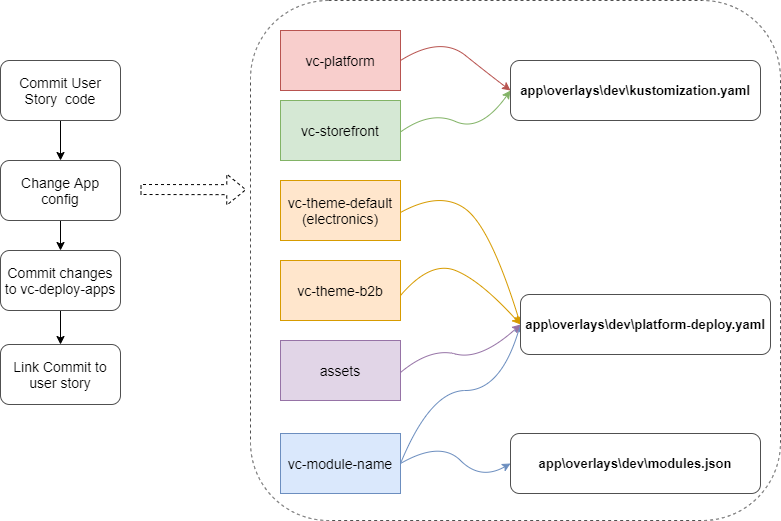
Earlier version of the draw.io export docs/media/ArgoCD flows-Dev flow detailed.png (VirtoCommerce/vc-deploy-apps). Source tidied: cells renumbered, new cells last; positions are measured from the earlier drawing's top-left corner, leaving out a move shared by most shapes.
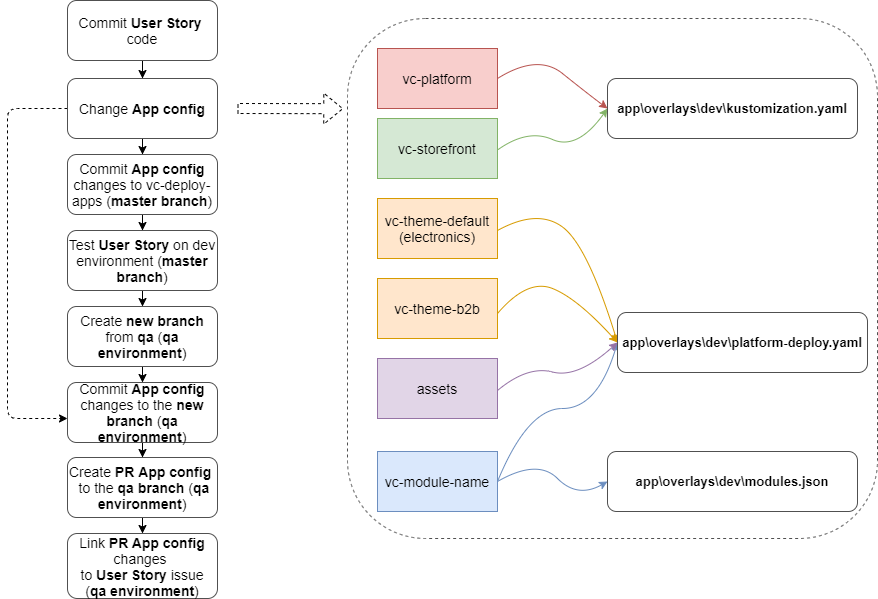
The same diagram one commit later.

Commit message:
VP-3756: Update detailed dev flow

Change to the diagram source:
```diff
@@ -5,14 +5,22 @@
     <mxCell id="2" style="edgeStyle=orthogonalEdgeStyle;rounded=0;jettySize=auto;html=1;entryX=0.5;entryY=0;entryDx=0;entryDy=0;fontSize=13;" parent="1" edge="1" source="3" target="5">
       <mxGeometry relative="1" as="geometry" />
     </mxCell>
-    <mxCell id="3" value="Commit User Story&amp;nbsp; code" style="rounded=1;whiteSpace=wrap;html=1;strokeColor=#505050;fillColor=#FFFFFF;fontSize=14;" parent="1" vertex="1">
-      <mxGeometry y="60" width="120" height="60" as="geometry" />
+    <mxCell id="3" value="Commit &lt;b&gt;User Story&lt;/b&gt;&amp;nbsp; code" style="rounded=1;whiteSpace=wrap;html=1;strokeColor=#505050;fillColor=#FFFFFF;fontSize=14;" parent="1" vertex="1">
+      <mxGeometry x="-30" y="-18" width="150" height="60" as="geometry" />
     </mxCell>
     <mxCell id="4" style="edgeStyle=orthogonalEdgeStyle;rounded=0;jettySize=auto;html=1;entryX=0.5;entryY=0;entryDx=0;entryDy=0;fontSize=13;" parent="1" edge="1" source="5" target="24">
       <mxGeometry relative="1" as="geometry" />
     </mxCell>
+    <mxCell id="27" style="edgeStyle=orthogonalEdgeStyle;rounded=1;jettySize=auto;html=1;dashed=1;" parent="1" edge="1" source="5" target="34">
+      <mxGeometry relative="1" as="geometry">
+        <Array as="points">
+          <mxPoint x="-90" y="90" />
+          <mxPoint x="-90" y="400" />
+        </Array>
+      </mxGeometry>
+    </mxCell>
-    <mxCell id="5" value="Change App config" style="rounded=1;whiteSpace=wrap;html=1;strokeColor=#505050;fillColor=#FFFFFF;fontSize=14;" parent="1" vertex="1">
-      <mxGeometry y="160" width="120" height="60" as="geometry" />
+    <mxCell id="5" value="Change &lt;b&gt;App config&lt;/b&gt;" style="rounded=1;whiteSpace=wrap;html=1;strokeColor=#505050;fillColor=#FFFFFF;fontSize=14;" parent="1" vertex="1">
+      <mxGeometry x="-30" y="60" width="150" height="60" as="geometry" />
     </mxCell>
     <mxCell id="6" style="rounded=1;whiteSpace=wrap;html=1;strokeColor=#505050;fillColor=#FFFFFF;fontSize=14;dashed=1;" parent="1" vertex="1">
       <mxGeometry x="250" width="530" height="520" as="geometry" />
@@ -104,20 +112,44 @@
     <mxCell id="22" value="&lt;h1 style=&quot;text-align: left ; font-size: 13px&quot;&gt;app\overlays\dev\modules.json&lt;/h1&gt;" style="rounded=1;whiteSpace=wrap;html=1;strokeColor=#505050;fillColor=#FFFFFF;fontSize=13;" parent="1" vertex="1">
       <mxGeometry x="510" y="433" width="250" height="60" as="geometry" />
     </mxCell>
-    <mxCell id="23" style="edgeStyle=orthogonalEdgeStyle;rounded=0;jettySize=auto;html=1;entryX=0.5;entryY=0;entryDx=0;entryDy=0;fontSize=13;" parent="1" edge="1" source="24" target="25">
-      <mxGeometry relative="1" as="geometry" />
-    </mxCell>
+    <mxCell id="28" style="edgeStyle=orthogonalEdgeStyle;rounded=0;jettySize=auto;html=1;" parent="1" edge="1" source="24" target="30">
+      <mxGeometry relative="1" as="geometry" />
+    </mxCell>
-    <mxCell id="24" value="Commit changes to&amp;nbsp;vc-deploy-apps" style="rounded=1;whiteSpace=wrap;html=1;strokeColor=#505050;fillColor=#FFFFFF;fontSize=14;" parent="1" vertex="1">
-      <mxGeometry y="250" width="120" height="60" as="geometry" />
+    <mxCell id="24" value="Commit &lt;b&gt;App config&lt;/b&gt; changes to&amp;nbsp;vc-deploy-apps (&lt;b&gt;master branch&lt;/b&gt;)" style="rounded=1;whiteSpace=wrap;html=1;strokeColor=#505050;fillColor=#FFFFFF;fontSize=14;" parent="1" vertex="1">
+      <mxGeometry x="-30" y="136" width="150" height="60" as="geometry" />
     </mxCell>
-    <mxCell id="25" value="Link Commit to user story" style="rounded=1;whiteSpace=wrap;html=1;strokeColor=#505050;fillColor=#FFFFFF;fontSize=14;" parent="1" vertex="1">
-      <mxGeometry y="344" width="120" height="60" as="geometry" />
-    </mxCell>
     <mxCell id="26" style="shape=flexArrow;endArrow=classic;html=1;fontSize=13;entryX=-0.008;entryY=0.385;entryDx=0;entryDy=0;entryPerimeter=0;dashed=1;" parent="1" edge="1">
       <mxGeometry relative="1" as="geometry">
-        <mxPoint x="140" y="189" as="sourcePoint" />
-        <mxPoint x="245.8" y="189.2" as="targetPoint" />
+        <mxPoint x="140" y="90" as="sourcePoint" />
+        <mxPoint x="245.8" y="90.2" as="targetPoint" />
       </mxGeometry>
     </mxCell>
+    <mxCell id="29" style="edgeStyle=orthogonalEdgeStyle;rounded=1;jettySize=auto;html=1;entryX=0.5;entryY=0;entryDx=0;entryDy=0;" parent="1" edge="1" source="30" target="32">
+      <mxGeometry relative="1" as="geometry" />
+    </mxCell>
+    <mxCell id="30" value="Test &lt;b&gt;User Story&lt;/b&gt; on dev environment (&lt;b&gt;master branch&lt;/b&gt;)" style="rounded=1;whiteSpace=wrap;html=1;strokeColor=#505050;fillColor=#FFFFFF;fontSize=14;" parent="1" vertex="1">
+      <mxGeometry x="-30" y="212" width="150" height="60" as="geometry" />
+    </mxCell>
+    <mxCell id="31" style="edgeStyle=orthogonalEdgeStyle;rounded=1;jettySize=auto;html=1;" parent="1" edge="1" source="32" target="34">
+      <mxGeometry relative="1" as="geometry" />
+    </mxCell>
+    <mxCell id="32" value="Create &lt;b&gt;new branch&lt;/b&gt; from &lt;b&gt;qa&amp;nbsp;&lt;/b&gt;(&lt;b&gt;qa environment&lt;/b&gt;)" style="rounded=1;whiteSpace=wrap;html=1;strokeColor=#505050;fillColor=#FFFFFF;fontSize=14;" parent="1" vertex="1">
+      <mxGeometry x="-30" y="288" width="150" height="60" as="geometry" />
+    </mxCell>
+    <mxCell id="33" style="edgeStyle=orthogonalEdgeStyle;rounded=1;jettySize=auto;html=1;" parent="1" edge="1" source="34" target="37">
+      <mxGeometry relative="1" as="geometry" />
+    </mxCell>
+    <mxCell id="34" value="Commit &lt;b&gt;App config&lt;/b&gt; changes to the &lt;b&gt;new branch&lt;/b&gt; (&lt;b&gt;qa environment&lt;/b&gt;)" style="rounded=1;whiteSpace=wrap;html=1;strokeColor=#505050;fillColor=#FFFFFF;fontSize=14;" parent="1" vertex="1">
+      <mxGeometry x="-30" y="364" width="150" height="60" as="geometry" />
+    </mxCell>
+    <mxCell id="35" value="Link &lt;b&gt;PR&amp;nbsp;App config&lt;/b&gt; changes&amp;nbsp;&lt;br&gt;to &lt;b&gt;User Story&lt;/b&gt; issue&lt;br&gt;(&lt;b&gt;qa environment&lt;/b&gt;)" style="rounded=1;whiteSpace=wrap;html=1;strokeColor=#505050;fillColor=#FFFFFF;fontSize=14;" parent="1" vertex="1">
+      <mxGeometry x="-30" y="515" width="150" height="65" as="geometry" />
+    </mxCell>
+    <mxCell id="36" style="edgeStyle=orthogonalEdgeStyle;rounded=1;jettySize=auto;html=1;entryX=0.5;entryY=0;entryDx=0;entryDy=0;" parent="1" edge="1" source="37" target="35">
+      <mxGeometry relative="1" as="geometry" />
+    </mxCell>
+    <mxCell id="37" value="Create &lt;b&gt;PR&amp;nbsp;&lt;/b&gt;&lt;b&gt;App config&lt;/b&gt;&amp;nbsp;&lt;b&gt;&lt;br&gt;&lt;/b&gt;&amp;nbsp;to the &lt;b&gt;qa&amp;nbsp;branch&lt;/b&gt; (&lt;b&gt;qa environment&lt;/b&gt;)" style="rounded=1;whiteSpace=wrap;html=1;strokeColor=#505050;fillColor=#FFFFFF;fontSize=14;" parent="1" vertex="1">
+      <mxGeometry x="-30" y="439" width="150" height="60" as="geometry" />
+    </mxCell>
   </root>
 </mxGraphModel>
```
